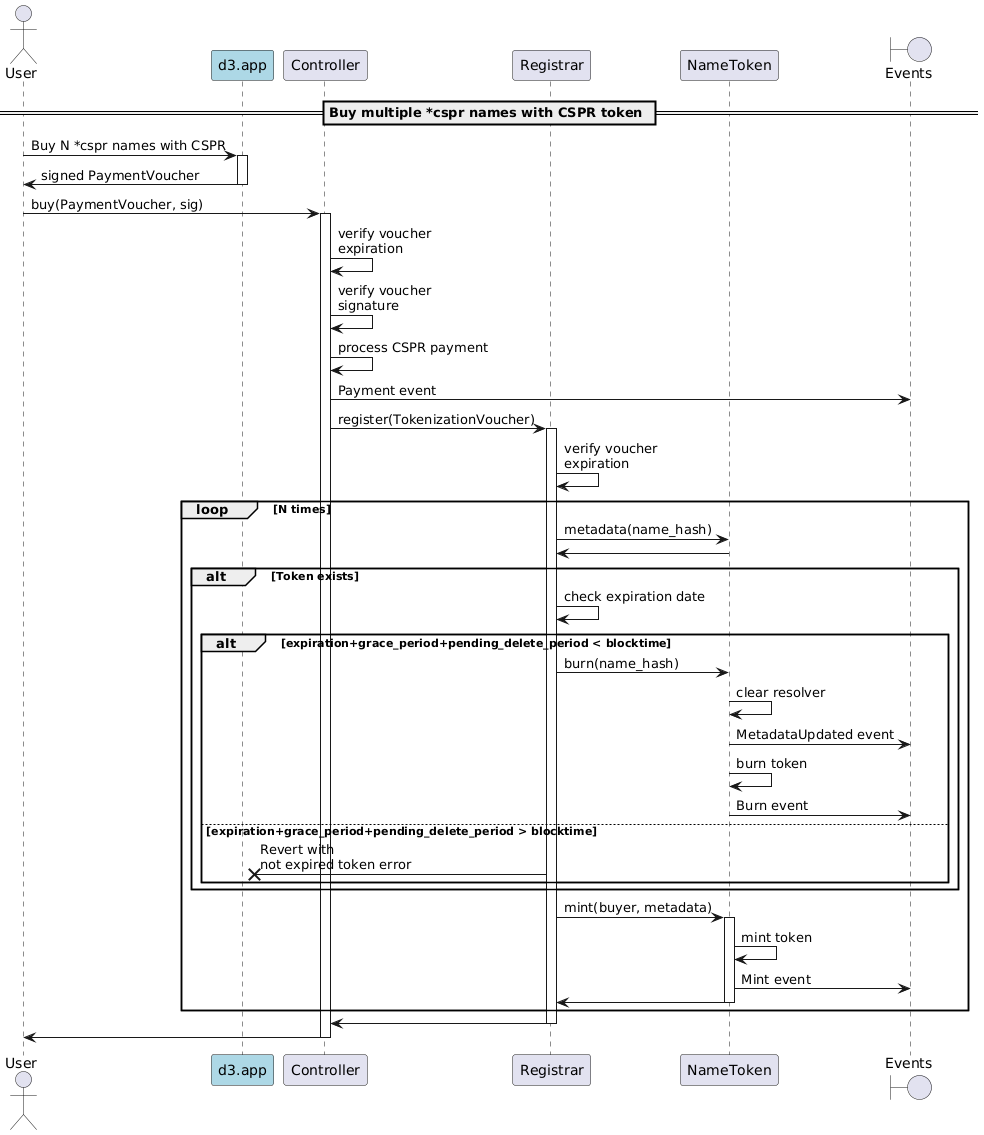
make-software/cspr-name-contracts keeps this PlantUML diagram as docs/sequence-diagrams/puml/onchain-multiple-purchase.png. Above is the earlier version.
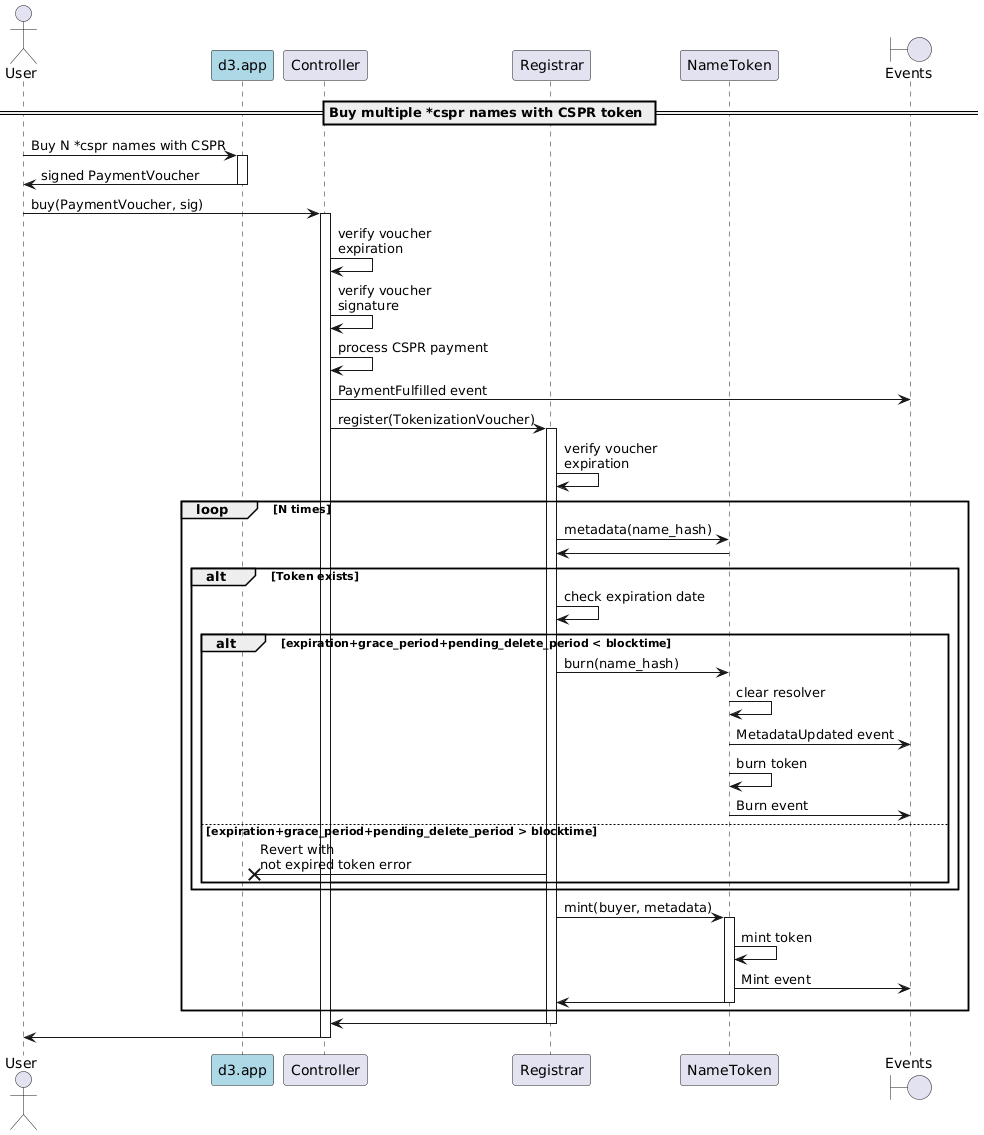
After the commit.

The edit, as a diff of the source:
```diff
@@ -19,7 +19,7 @@
 Controller -> Controller: verify voucher\nexpiration
 Controller -> Controller: verify voucher\nsignature
 Controller -> Controller: process CSPR payment
-Controller -> "Events": Payment event
+Controller -> "Events": PaymentFulfilled event
 Controller -> Registrar: register(TokenizationVoucher)
 activate Registrar
 Registrar -> Registrar: verify voucher\nexpiration
```
